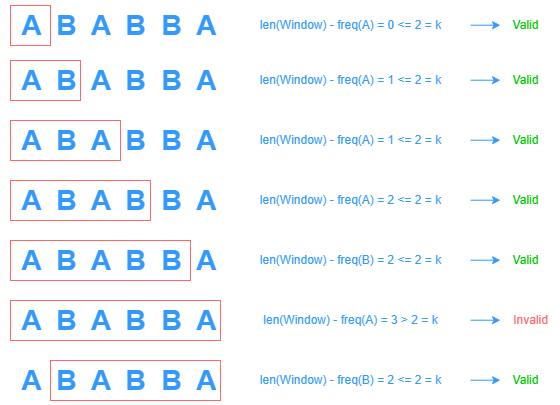
The draw.io diagram Neetcode150/img/LongestRepeatingCharacters.png in ashiven/leetcode-solutions, before a commit. Source tidied: cells renumbered, new cells last; positions are measured from the earlier drawing's top-left corner, leaving out a move shared by most shapes.
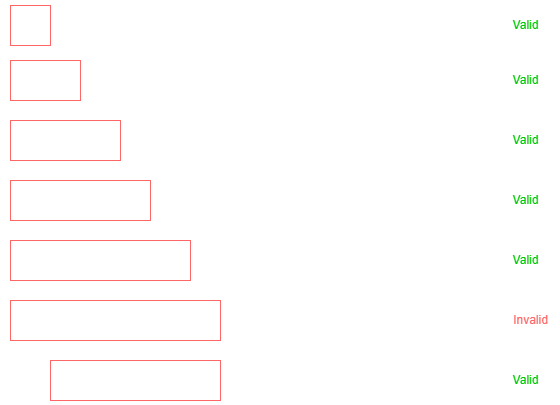
After the commit.

What changed in the source:
```diff
@@ -2,16 +2,16 @@
   <root>
     <mxCell id="0" />
     <mxCell id="1" parent="0" />
-    <mxCell id="2" value="&lt;b&gt;&lt;font style=&quot;font-size: 28px;&quot;&gt;&amp;nbsp;A&amp;nbsp; B&amp;nbsp; A&amp;nbsp; B&amp;nbsp; B&amp;nbsp; A&lt;/font&gt;&lt;/b&gt;" style="text;html=1;align=center;verticalAlign=middle;strokeColor=none;fillColor=none;fontColor=#3399FF;" parent="1" vertex="1">
+    <mxCell id="2" value="&lt;b&gt;&lt;font style=&quot;font-size: 28px;&quot;&gt;&amp;nbsp;A&amp;nbsp; B&amp;nbsp; A&amp;nbsp; B&amp;nbsp; B&amp;nbsp; A&lt;/font&gt;&lt;/b&gt;" style="text;html=1;align=center;verticalAlign=middle;strokeColor=none;fillColor=none;fontColor=#FFFFFF;" parent="1" vertex="1">
       <mxGeometry width="230" height="50" as="geometry" />
     </mxCell>
-    <mxCell id="3" style="whiteSpace=wrap;html=1;fillColor=none;strokeColor=#FF6666;fontColor=#3399FF;" parent="1" vertex="1">
+    <mxCell id="3" style="whiteSpace=wrap;html=1;fillColor=none;strokeColor=#FF6666;fontColor=#FFFFFF;" parent="1" vertex="1">
       <mxGeometry x="10" y="5" width="40" height="40" as="geometry" />
     </mxCell>
-    <mxCell id="4" value="&lt;font&gt;len(Window) - freq(A) = 0 &amp;lt;= 2 = k&lt;/font&gt;" style="text;html=1;align=center;verticalAlign=middle;strokeColor=none;fillColor=none;fontColor=#3399FF;" parent="1" vertex="1">
+    <mxCell id="4" value="&lt;font&gt;len(Window) - freq(A) = 0 &amp;lt;= 2 = k&lt;/font&gt;" style="text;html=1;align=center;verticalAlign=middle;strokeColor=none;fillColor=none;fontColor=#FFFFFF;" parent="1" vertex="1">
       <mxGeometry x="250" y="10" width="200" height="30" as="geometry" />
     </mxCell>
-    <mxCell id="5" style="endArrow=classic;html=1;rounded=0;strokeColor=#3399FF;fontColor=#3399FF;" parent="1" edge="1">
+    <mxCell id="5" style="endArrow=classic;html=1;rounded=0;strokeColor=#FFFFFF;fontColor=#FFFFFF;" parent="1" edge="1">
       <mxGeometry relative="1" as="geometry">
         <mxPoint x="470" y="24.7" as="sourcePoint" />
         <mxPoint x="500" y="24.7" as="targetPoint" />
@@ -20,16 +20,16 @@
     <mxCell id="6" value="&lt;font color=&quot;#00cc00&quot;&gt;Valid&lt;/font&gt;" style="text;html=1;align=center;verticalAlign=middle;strokeColor=none;fillColor=none;" parent="1" vertex="1">
       <mxGeometry x="500" y="10" width="50" height="30" as="geometry" />
     </mxCell>
-    <mxCell id="7" value="&lt;b&gt;&lt;font style=&quot;font-size: 28px;&quot;&gt;&amp;nbsp;A&amp;nbsp; B&amp;nbsp; A&amp;nbsp; B&amp;nbsp; B&amp;nbsp; A&lt;/font&gt;&lt;/b&gt;" style="text;html=1;align=center;verticalAlign=middle;strokeColor=none;fillColor=none;fontColor=#3399FF;" parent="1" vertex="1">
+    <mxCell id="7" value="&lt;b&gt;&lt;font style=&quot;font-size: 28px;&quot;&gt;&amp;nbsp;A&amp;nbsp; B&amp;nbsp; A&amp;nbsp; B&amp;nbsp; B&amp;nbsp; A&lt;/font&gt;&lt;/b&gt;" style="text;html=1;align=center;verticalAlign=middle;strokeColor=none;fillColor=none;fontColor=#FFFFFF;" parent="1" vertex="1">
       <mxGeometry y="55" width="230" height="50" as="geometry" />
     </mxCell>
-    <mxCell id="8" style="rounded=0;whiteSpace=wrap;html=1;fillColor=none;strokeColor=#FF6666;fontColor=#3399FF;" parent="1" vertex="1">
+    <mxCell id="8" style="rounded=0;whiteSpace=wrap;html=1;fillColor=none;strokeColor=#FF6666;fontColor=#FFFFFF;" parent="1" vertex="1">
       <mxGeometry x="10" y="60" width="70" height="40" as="geometry" />
     </mxCell>
-    <mxCell id="9" value="&lt;font&gt;len(Window) - freq(A) = 1 &amp;lt;= 2 = k&lt;/font&gt;" style="text;html=1;align=center;verticalAlign=middle;strokeColor=none;fillColor=none;fontColor=#3399FF;" parent="1" vertex="1">
+    <mxCell id="9" value="&lt;font&gt;len(Window) - freq(A) = 1 &amp;lt;= 2 = k&lt;/font&gt;" style="text;html=1;align=center;verticalAlign=middle;strokeColor=none;fillColor=none;fontColor=#FFFFFF;" parent="1" vertex="1">
       <mxGeometry x="250" y="65" width="200" height="30" as="geometry" />
     </mxCell>
-    <mxCell id="10" style="endArrow=classic;html=1;rounded=0;strokeColor=#3399FF;fontColor=#3399FF;" parent="1" edge="1">
+    <mxCell id="10" style="endArrow=classic;html=1;rounded=0;strokeColor=#FFFFFF;fontColor=#FFFFFF;" parent="1" edge="1">
       <mxGeometry relative="1" as="geometry">
         <mxPoint x="470" y="79.7" as="sourcePoint" />
         <mxPoint x="500" y="79.7" as="targetPoint" />
@@ -38,16 +38,16 @@
     <mxCell id="11" value="&lt;font color=&quot;#00cc00&quot;&gt;Valid&lt;/font&gt;" style="text;html=1;align=center;verticalAlign=middle;strokeColor=none;fillColor=none;" parent="1" vertex="1">
       <mxGeometry x="500" y="65" width="50" height="30" as="geometry" />
     </mxCell>
-    <mxCell id="12" value="&lt;b&gt;&lt;font style=&quot;font-size: 28px;&quot;&gt;&amp;nbsp;A&amp;nbsp; B&amp;nbsp; A&amp;nbsp; B&amp;nbsp; B&amp;nbsp; A&lt;/font&gt;&lt;/b&gt;" style="text;html=1;align=center;verticalAlign=middle;strokeColor=none;fillColor=none;fontColor=#3399FF;" parent="1" vertex="1">
+    <mxCell id="12" value="&lt;b&gt;&lt;font style=&quot;font-size: 28px;&quot;&gt;&amp;nbsp;A&amp;nbsp; B&amp;nbsp; A&amp;nbsp; B&amp;nbsp; B&amp;nbsp; A&lt;/font&gt;&lt;/b&gt;" style="text;html=1;align=center;verticalAlign=middle;strokeColor=none;fillColor=none;fontColor=#FFFFFF;" parent="1" vertex="1">
       <mxGeometry y="115" width="230" height="50" as="geometry" />
     </mxCell>
-    <mxCell id="13" style="rounded=0;whiteSpace=wrap;html=1;fillColor=none;strokeColor=#FF6666;fontColor=#3399FF;" parent="1" vertex="1">
+    <mxCell id="13" style="rounded=0;whiteSpace=wrap;html=1;fillColor=none;strokeColor=#FF6666;fontColor=#FFFFFF;" parent="1" vertex="1">
       <mxGeometry x="10" y="120" width="110" height="40" as="geometry" />
     </mxCell>
-    <mxCell id="14" value="&lt;font&gt;len(Window) - freq(A) = 1 &amp;lt;= 2 = k&lt;/font&gt;" style="text;html=1;align=center;verticalAlign=middle;strokeColor=none;fillColor=none;fontColor=#3399FF;" parent="1" vertex="1">
+    <mxCell id="14" value="&lt;font&gt;len(Window) - freq(A) = 1 &amp;lt;= 2 = k&lt;/font&gt;" style="text;html=1;align=center;verticalAlign=middle;strokeColor=none;fillColor=none;fontColor=#FFFFFF;" parent="1" vertex="1">
       <mxGeometry x="250" y="125" width="200" height="30" as="geometry" />
     </mxCell>
-    <mxCell id="15" style="endArrow=classic;html=1;rounded=0;strokeColor=#3399FF;fontColor=#3399FF;" parent="1" edge="1">
+    <mxCell id="15" style="endArrow=classic;html=1;rounded=0;strokeColor=#FFFFFF;fontColor=#FFFFFF;" parent="1" edge="1">
       <mxGeometry relative="1" as="geometry">
         <mxPoint x="470" y="139.7" as="sourcePoint" />
         <mxPoint x="500" y="139.7" as="targetPoint" />
@@ -56,16 +56,16 @@
     <mxCell id="16" value="&lt;font color=&quot;#00cc00&quot;&gt;Valid&lt;/font&gt;" style="text;html=1;align=center;verticalAlign=middle;strokeColor=none;fillColor=none;" parent="1" vertex="1">
       <mxGeometry x="500" y="125" width="50" height="30" as="geometry" />
     </mxCell>
-    <mxCell id="17" value="&lt;b&gt;&lt;font style=&quot;font-size: 28px;&quot;&gt;&amp;nbsp;A&amp;nbsp; B&amp;nbsp; A&amp;nbsp; B&amp;nbsp; B&amp;nbsp; A&lt;/font&gt;&lt;/b&gt;" style="text;html=1;align=center;verticalAlign=middle;strokeColor=none;fillColor=none;fontColor=#3399FF;" parent="1" vertex="1">
+    <mxCell id="17" value="&lt;b&gt;&lt;font style=&quot;font-size: 28px;&quot;&gt;&amp;nbsp;A&amp;nbsp; B&amp;nbsp; A&amp;nbsp; B&amp;nbsp; B&amp;nbsp; A&lt;/font&gt;&lt;/b&gt;" style="text;html=1;align=center;verticalAlign=middle;strokeColor=none;fillColor=none;fontColor=#FFFFFF;" parent="1" vertex="1">
       <mxGeometry y="175" width="230" height="50" as="geometry" />
     </mxCell>
-    <mxCell id="18" style="rounded=0;whiteSpace=wrap;html=1;fillColor=none;strokeColor=#FF6666;fontColor=#3399FF;" parent="1" vertex="1">
+    <mxCell id="18" style="rounded=0;whiteSpace=wrap;html=1;fillColor=none;strokeColor=#FF6666;fontColor=#FFFFFF;" parent="1" vertex="1">
       <mxGeometry x="10" y="180" width="140" height="40" as="geometry" />
     </mxCell>
-    <mxCell id="19" value="&lt;font&gt;len(Window) - freq(A) = 2 &amp;lt;= 2 = k&lt;/font&gt;" style="text;html=1;align=center;verticalAlign=middle;strokeColor=none;fillColor=none;fontColor=#3399FF;" parent="1" vertex="1">
+    <mxCell id="19" value="&lt;font&gt;len(Window) - freq(A) = 2 &amp;lt;= 2 = k&lt;/font&gt;" style="text;html=1;align=center;verticalAlign=middle;strokeColor=none;fillColor=none;fontColor=#FFFFFF;" parent="1" vertex="1">
       <mxGeometry x="250" y="185" width="200" height="30" as="geometry" />
     </mxCell>
-    <mxCell id="20" style="endArrow=classic;html=1;rounded=0;strokeColor=#3399FF;fontColor=#3399FF;" parent="1" edge="1">
+    <mxCell id="20" style="endArrow=classic;html=1;rounded=0;strokeColor=#FFFFFF;fontColor=#FFFFFF;" parent="1" edge="1">
       <mxGeometry relative="1" as="geometry">
         <mxPoint x="470" y="199.7" as="sourcePoint" />
         <mxPoint x="500" y="199.7" as="targetPoint" />
@@ -74,16 +74,16 @@
     <mxCell id="21" value="&lt;font color=&quot;#00cc00&quot;&gt;Valid&lt;/font&gt;" style="text;html=1;align=center;verticalAlign=middle;strokeColor=none;fillColor=none;" parent="1" vertex="1">
       <mxGeometry x="500" y="185" width="50" height="30" as="geometry" />
     </mxCell>
-    <mxCell id="22" value="&lt;b&gt;&lt;font style=&quot;font-size: 28px;&quot;&gt;&amp;nbsp;A&amp;nbsp; B&amp;nbsp; A&amp;nbsp; B&amp;nbsp; B&amp;nbsp; A&lt;/font&gt;&lt;/b&gt;" style="text;html=1;align=center;verticalAlign=middle;strokeColor=none;fillColor=none;fontColor=#3399FF;" parent="1" vertex="1">
+    <mxCell id="22" value="&lt;b&gt;&lt;font style=&quot;font-size: 28px;&quot;&gt;&amp;nbsp;A&amp;nbsp; B&amp;nbsp; A&amp;nbsp; B&amp;nbsp; B&amp;nbsp; A&lt;/font&gt;&lt;/b&gt;" style="text;html=1;align=center;verticalAlign=middle;strokeColor=none;fillColor=none;fontColor=#FFFFFF;" parent="1" vertex="1">
       <mxGeometry y="235" width="230" height="50" as="geometry" />
     </mxCell>
-    <mxCell id="23" style="rounded=0;whiteSpace=wrap;html=1;fillColor=none;strokeColor=#FF6666;fontColor=#3399FF;" parent="1" vertex="1">
+    <mxCell id="23" style="rounded=0;whiteSpace=wrap;html=1;fillColor=none;strokeColor=#FF6666;fontColor=#FFFFFF;" parent="1" vertex="1">
       <mxGeometry x="10" y="240" width="180" height="40" as="geometry" />
     </mxCell>
-    <mxCell id="24" value="&lt;font&gt;len(Window) - freq(B) = 2 &amp;lt;= 2 = k&lt;/font&gt;" style="text;html=1;align=center;verticalAlign=middle;strokeColor=none;fillColor=none;fontColor=#3399FF;" parent="1" vertex="1">
+    <mxCell id="24" value="&lt;font&gt;len(Window) - freq(B) = 2 &amp;lt;= 2 = k&lt;/font&gt;" style="text;html=1;align=center;verticalAlign=middle;strokeColor=none;fillColor=none;fontColor=#FFFFFF;" parent="1" vertex="1">
       <mxGeometry x="250" y="245" width="200" height="30" as="geometry" />
     </mxCell>
-    <mxCell id="25" style="endArrow=classic;html=1;rounded=0;strokeColor=#3399FF;fontColor=#3399FF;" parent="1" edge="1">
+    <mxCell id="25" style="endArrow=classic;html=1;rounded=0;strokeColor=#FFFFFF;fontColor=#FFFFFF;" parent="1" edge="1">
       <mxGeometry relative="1" as="geometry">
         <mxPoint x="470" y="259.7" as="sourcePoint" />
         <mxPoint x="500" y="259.7" as="targetPoint" />
@@ -92,16 +92,16 @@
     <mxCell id="26" value="&lt;font color=&quot;#00cc00&quot;&gt;Valid&lt;/font&gt;" style="text;html=1;align=center;verticalAlign=middle;strokeColor=none;fillColor=none;" parent="1" vertex="1">
       <mxGeometry x="500" y="245" width="50" height="30" as="geometry" />
     </mxCell>
-    <mxCell id="27" value="&lt;b&gt;&lt;font style=&quot;font-size: 28px;&quot;&gt;&amp;nbsp;A&amp;nbsp; B&amp;nbsp; A&amp;nbsp; B&amp;nbsp; B&amp;nbsp; A&lt;/font&gt;&lt;/b&gt;" style="text;html=1;align=center;verticalAlign=middle;strokeColor=none;fillColor=none;fontColor=#3399FF;" parent="1" vertex="1">
+    <mxCell id="27" value="&lt;b&gt;&lt;font style=&quot;font-size: 28px;&quot;&gt;&amp;nbsp;A&amp;nbsp; B&amp;nbsp; A&amp;nbsp; B&amp;nbsp; B&amp;nbsp; A&lt;/font&gt;&lt;/b&gt;" style="text;html=1;align=center;verticalAlign=middle;strokeColor=none;fillColor=none;fontColor=#FFFFFF;" parent="1" vertex="1">
       <mxGeometry y="295" width="230" height="50" as="geometry" />
     </mxCell>
-    <mxCell id="28" style="rounded=0;whiteSpace=wrap;html=1;fillColor=none;strokeColor=#FF6666;fontColor=#3399FF;" parent="1" vertex="1">
+    <mxCell id="28" style="rounded=0;whiteSpace=wrap;html=1;fillColor=none;strokeColor=#FF6666;fontColor=#FFFFFF;" parent="1" vertex="1">
       <mxGeometry x="10" y="300" width="210" height="40" as="geometry" />
     </mxCell>
-    <mxCell id="29" value="&lt;font&gt;len(Window) - freq(A) = 3 &amp;gt; 2 = k&lt;/font&gt;" style="text;html=1;align=center;verticalAlign=middle;strokeColor=none;fillColor=none;fontColor=#3399FF;" parent="1" vertex="1">
+    <mxCell id="29" value="&lt;font&gt;len(Window) - freq(A) = 3 &amp;gt; 2 = k&lt;/font&gt;" style="text;html=1;align=center;verticalAlign=middle;strokeColor=none;fillColor=none;fontColor=#FFFFFF;" parent="1" vertex="1">
       <mxGeometry x="250" y="305" width="200" height="30" as="geometry" />
     </mxCell>
-    <mxCell id="30" style="endArrow=classic;html=1;rounded=0;strokeColor=#3399FF;fontColor=#3399FF;" parent="1" edge="1">
+    <mxCell id="30" style="endArrow=classic;html=1;rounded=0;strokeColor=#FFFFFF;fontColor=#FFFFFF;" parent="1" edge="1">
       <mxGeometry relative="1" as="geometry">
         <mxPoint x="470" y="319.7" as="sourcePoint" />
         <mxPoint x="500" y="319.7" as="targetPoint" />
@@ -110,16 +110,16 @@
     <mxCell id="31" value="&lt;font color=&quot;#ff6666&quot;&gt;Invalid&lt;/font&gt;" style="text;html=1;align=center;verticalAlign=middle;strokeColor=none;fillColor=none;" parent="1" vertex="1">
       <mxGeometry x="500" y="305" width="60" height="30" as="geometry" />
     </mxCell>
-    <mxCell id="32" value="&lt;b&gt;&lt;font style=&quot;font-size: 28px;&quot;&gt;&amp;nbsp;A&amp;nbsp; B&amp;nbsp; A&amp;nbsp; B&amp;nbsp; B&amp;nbsp; A&lt;/font&gt;&lt;/b&gt;" style="text;html=1;align=center;verticalAlign=middle;strokeColor=none;fillColor=none;fontColor=#3399FF;" parent="1" vertex="1">
+    <mxCell id="32" value="&lt;b&gt;&lt;font style=&quot;font-size: 28px;&quot;&gt;&amp;nbsp;A&amp;nbsp; B&amp;nbsp; A&amp;nbsp; B&amp;nbsp; B&amp;nbsp; A&lt;/font&gt;&lt;/b&gt;" style="text;html=1;align=center;verticalAlign=middle;strokeColor=none;fillColor=none;fontColor=#FFFFFF;" parent="1" vertex="1">
       <mxGeometry y="355" width="230" height="50" as="geometry" />
     </mxCell>
-    <mxCell id="33" style="rounded=0;whiteSpace=wrap;html=1;fillColor=none;strokeColor=#FF6666;fontColor=#3399FF;" parent="1" vertex="1">
+    <mxCell id="33" style="rounded=0;whiteSpace=wrap;html=1;fillColor=none;strokeColor=#FF6666;fontColor=#FFFFFF;" parent="1" vertex="1">
       <mxGeometry x="50" y="360" width="170" height="40" as="geometry" />
     </mxCell>
-    <mxCell id="34" value="&lt;font&gt;len(Window) - freq(B) = 2 &amp;lt;= 2 = k&lt;/font&gt;" style="text;html=1;align=center;verticalAlign=middle;strokeColor=none;fillColor=none;fontColor=#3399FF;" parent="1" vertex="1">
+    <mxCell id="34" value="&lt;font&gt;len(Window) - freq(B) = 2 &amp;lt;= 2 = k&lt;/font&gt;" style="text;html=1;align=center;verticalAlign=middle;strokeColor=none;fillColor=none;fontColor=#FFFFFF;" parent="1" vertex="1">
       <mxGeometry x="250" y="365" width="200" height="30" as="geometry" />
     </mxCell>
-    <mxCell id="35" style="endArrow=classic;html=1;rounded=0;strokeColor=#3399FF;fontColor=#3399FF;" parent="1" edge="1">
+    <mxCell id="35" style="endArrow=classic;html=1;rounded=0;strokeColor=#FFFFFF;fontColor=#FFFFFF;" parent="1" edge="1">
       <mxGeometry relative="1" as="geometry">
         <mxPoint x="470" y="379.7" as="sourcePoint" />
         <mxPoint x="500" y="379.7" as="targetPoint" />
```
